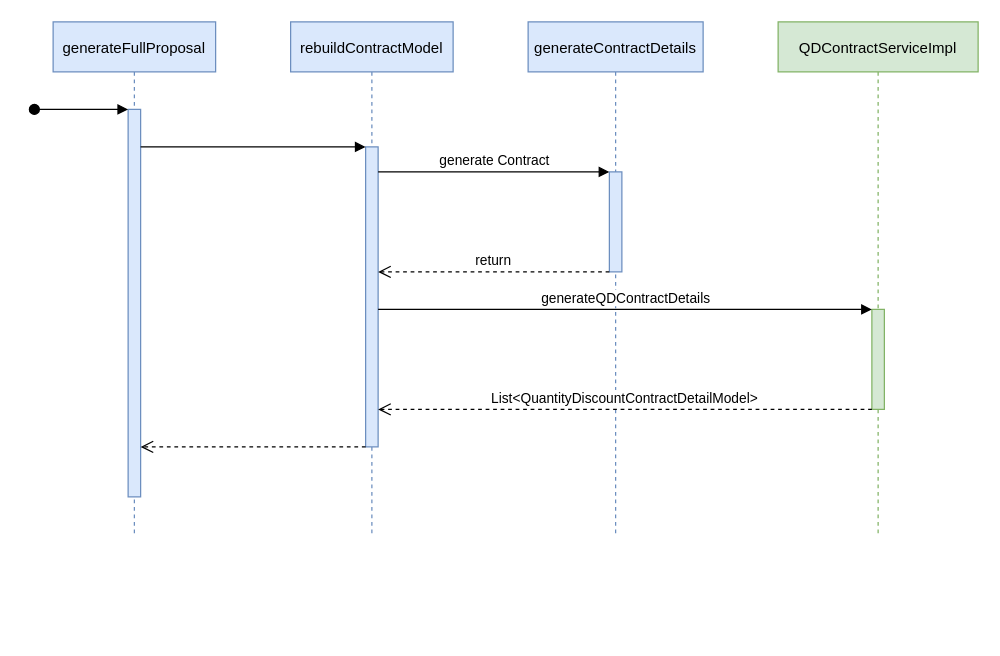
Earlier version of the draw.io diagram rebuildContractModel.drawio (dajin-kingland/UMLdiagrams). Source tidied: cells renumbered, new cells numbered last; positions are measured from the earlier drawing's top-left corner, leaving out a move shared by most shapes. Both pictures are drawn from the tidied source at 125%, with x=0, y=0 at pixel (34, 21).
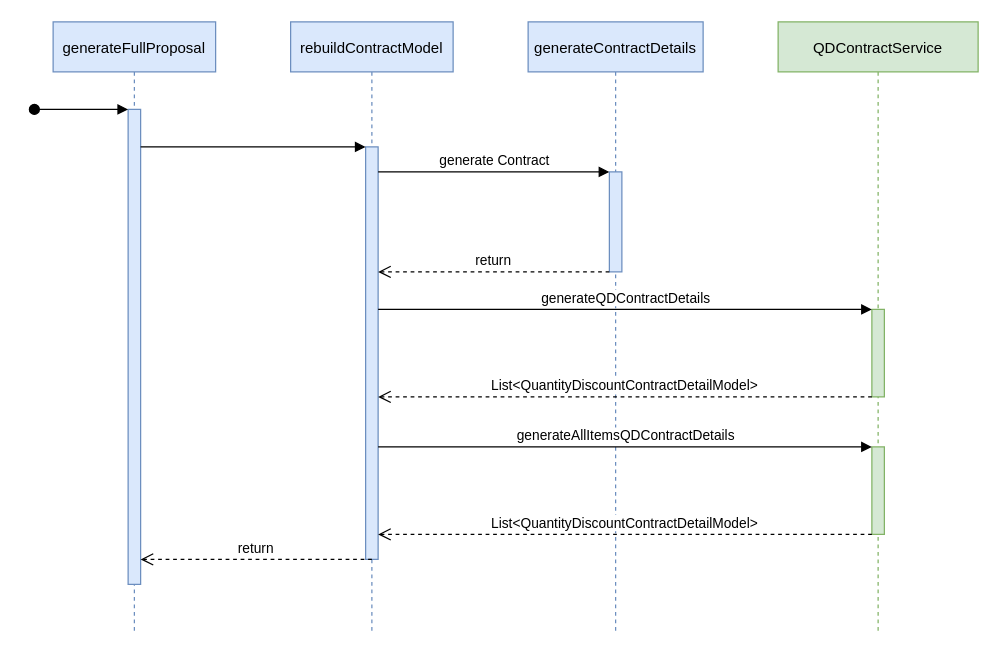
The same diagram, later.

The edit, as a diff of the source:
```diff
@@
     <mxCell id="2" value="generateFullProposal" style="shape=umlLifeline;perimeter=lifelinePerimeter;rounded=0;shadow=0;strokeWidth=1;fillColor=#dae8fc;strokeColor=#6c8ebf;" parent="1" vertex="1">
-      <mxGeometry x="15" width="130" height="410" as="geometry" />
+      <mxGeometry x="15" width="130" height="490" as="geometry" />
     </mxCell>
     <mxCell id="3" style="points=[];perimeter=orthogonalPerimeter;rounded=0;shadow=0;strokeWidth=1;fillColor=#dae8fc;strokeColor=#6c8ebf;" parent="2" vertex="1">
-      <mxGeometry x="60" y="70" width="10" height="310" as="geometry" />
+      <mxGeometry x="60" y="70" width="10" height="380" as="geometry" />
     </mxCell>
@@
     <mxCell id="5" value="rebuildContractModel" style="shape=umlLifeline;perimeter=lifelinePerimeter;rounded=0;shadow=0;strokeWidth=1;fillColor=#dae8fc;strokeColor=#6c8ebf;" parent="1" vertex="1">
-      <mxGeometry x="205" width="130" height="410" as="geometry" />
+      <mxGeometry x="205" width="130" height="490" as="geometry" />
     </mxCell>
     <mxCell id="6" style="points=[];perimeter=orthogonalPerimeter;rounded=0;shadow=0;strokeWidth=1;fillColor=#dae8fc;strokeColor=#6c8ebf;" parent="5" vertex="1">
-      <mxGeometry x="60" y="100" width="10" height="240" as="geometry" />
+      <mxGeometry x="60" y="100" width="10" height="330" as="geometry" />
     </mxCell>
@@
     <mxCell id="8" value="generateContractDetails" style="shape=umlLifeline;perimeter=lifelinePerimeter;rounded=0;shadow=0;strokeWidth=1;fillColor=#dae8fc;strokeColor=#6c8ebf;" parent="1" vertex="1">
-      <mxGeometry x="395" width="140" height="410" as="geometry" />
+      <mxGeometry x="395" width="140" height="490" as="geometry" />
     </mxCell>
@@
-    <mxCell id="10" value="QDContractServiceImpl" style="shape=umlLifeline;perimeter=lifelinePerimeter;rounded=0;shadow=0;strokeWidth=1;fillColor=#d5e8d4;strokeColor=#82b366;" parent="1" vertex="1">
-      <mxGeometry x="595" width="160" height="410" as="geometry" />
+    <mxCell id="10" value="QDContractService" style="shape=umlLifeline;perimeter=lifelinePerimeter;rounded=0;shadow=0;strokeWidth=1;fillColor=#d5e8d4;strokeColor=#82b366;" parent="1" vertex="1">
+      <mxGeometry x="595" width="160" height="490" as="geometry" />
     </mxCell>
     <mxCell id="11" style="points=[];perimeter=orthogonalPerimeter;rounded=0;shadow=0;strokeWidth=1;fillColor=#d5e8d4;strokeColor=#82b366;" parent="10" vertex="1">
-      <mxGeometry x="75" y="230" width="10" height="80" as="geometry" />
+      <mxGeometry x="75" y="230" width="10" height="70" as="geometry" />
     </mxCell>
@@
-    <mxCell id="14" value="generateQDContractDetails" style="html=1;verticalAlign=bottom;endArrow=block;" parent="1" edge="1" source="6" target="11">
+    <mxCell id="14" value="generateQDContractDetails" style="html=1;verticalAlign=bottom;endArrow=block;entryX=0;entryY=0;entryDx=0;entryDy=0;entryPerimeter=0;" parent="1" edge="1" source="6" target="11">
       <mxGeometry relative="1" as="geometry" />
     </mxCell>
-    <mxCell id="15" value="List&amp;lt;QuantityDiscountContractDetailModel&amp;gt;" style="html=1;verticalAlign=bottom;endArrow=open;dashed=1;endSize=8;" parent="1" edge="1" source="11" target="6">
-      <mxGeometry relative="1" as="geometry">
-        <Array as="points">
-          <mxPoint x="375" y="310" />
-        </Array>
-      </mxGeometry>
-    </mxCell>
-    <mxCell id="16" style="html=1;verticalAlign=bottom;endArrow=open;dashed=1;endSize=8;" parent="1" edge="1" source="6" target="3">
-      <mxGeometry relative="1" as="geometry">
-        <Array as="points">
-          <mxPoint x="185" y="340" />
-        </Array>
-      </mxGeometry>
-    </mxCell>
+    <mxCell id="17" style="points=[];perimeter=orthogonalPerimeter;rounded=0;shadow=0;strokeWidth=1;fillColor=#d5e8d4;strokeColor=#82b366;" parent="1" vertex="1">
+      <mxGeometry x="670" y="340" width="10" height="70" as="geometry" />
+    </mxCell>
+    <mxCell id="18" value="generateAllItemsQDContractDetails" style="html=1;verticalAlign=bottom;endArrow=block;" parent="1" edge="1" source="6" target="17">
+      <mxGeometry relative="1" as="geometry" />
+    </mxCell>
+    <mxCell id="19" value="return" style="html=1;verticalAlign=bottom;endArrow=open;dashed=1;endSize=8;" parent="1" edge="1">
+      <mxGeometry relative="1" as="geometry">
+        <mxPoint x="270" y="430" as="sourcePoint" />
+        <mxPoint x="85" y="430" as="targetPoint" />
+        <Array as="points">
+          <mxPoint x="205" y="430" />
+        </Array>
+      </mxGeometry>
+    </mxCell>
+    <mxCell id="20" value="List&amp;lt;QuantityDiscountContractDetailModel&amp;gt;" style="html=1;verticalAlign=bottom;endArrow=open;dashed=1;endSize=8;" parent="1" edge="1">
+      <mxGeometry relative="1" as="geometry">
+        <mxPoint x="670" y="410" as="sourcePoint" />
+        <mxPoint x="275" y="410" as="targetPoint" />
+        <Array as="points">
+          <mxPoint x="375" y="410" />
+        </Array>
+      </mxGeometry>
+    </mxCell>
+    <mxCell id="21" value="List&amp;lt;QuantityDiscountContractDetailModel&amp;gt;" style="html=1;verticalAlign=bottom;endArrow=open;dashed=1;endSize=8;" parent="1" edge="1">
+      <mxGeometry relative="1" as="geometry">
+        <mxPoint x="670" y="300" as="sourcePoint" />
+        <mxPoint x="275" y="300" as="targetPoint" />
+        <Array as="points">
+          <mxPoint x="375" y="300" />
+        </Array>
+      </mxGeometry>
+    </mxCell>
```
